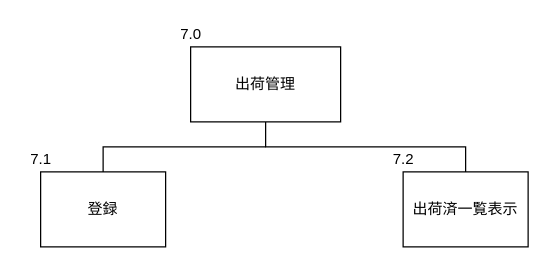
Yamanin3/system-devel keeps this draw.io diagram as 提出ドキュメント/サブシステム構造図/出荷管理.drawio. Above is the earlier version. Source tidied: cells renumbered, new cells numbered last; positions are measured from the earlier drawing's top-left corner, leaving out a move shared by most shapes. Both pictures are drawn from the tidied source at 125%, with x=0, y=0 at pixel (21, 21).
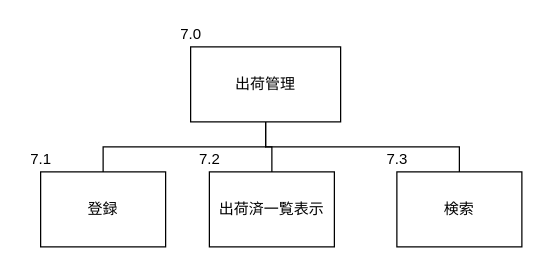
After the change.

The edit, as a diff of the source:
```diff
@@
 <mxGraphModel>
   <root>
     <mxCell id="0" />
     <mxCell id="1" parent="0" />
     <mxCell id="2" value="出荷管理" style="whiteSpace=wrap;html=1;align=center;" parent="1" vertex="1">
       <mxGeometry x="135" y="20" width="120" height="60" as="geometry" />
     </mxCell>
     <mxCell id="3" value="出荷済一覧表示" style="whiteSpace=wrap;html=1;align=center;verticalAlign=middle;" parent="1" vertex="1">
-      <mxGeometry x="305" y="120" width="100" height="60" as="geometry" />
+      <mxGeometry x="150" y="120" width="100" height="60" as="geometry" />
     </mxCell>
     <mxCell id="4" style="edgeStyle=elbowEdgeStyle;elbow=vertical;startArrow=none;endArrow=none;rounded=0;exitX=0.5;exitY=1;exitDx=0;exitDy=0;" parent="1" edge="1" source="2" target="3">
       <mxGeometry relative="1" as="geometry" />
     </mxCell>
     <mxCell id="5" value="登録" style="whiteSpace=wrap;html=1;align=center;verticalAlign=middle;" parent="1" vertex="1">
       <mxGeometry x="15" y="120" width="100" height="60" as="geometry" />
     </mxCell>
     <mxCell id="6" value="7.1" style="text;html=1;align=center;verticalAlign=middle;fillColor=none;strokeColor=none;rounded=0;" parent="5" vertex="1">
       <mxGeometry x="-15" y="-20" width="30" height="20" as="geometry" />
     </mxCell>
     <mxCell id="7" style="edgeStyle=elbowEdgeStyle;elbow=vertical;startArrow=none;endArrow=none;rounded=0;" parent="1" edge="1" target="5">
       <mxGeometry relative="1" as="geometry">
         <mxPoint x="195" y="100" as="sourcePoint" />
         <Array as="points">
           <mxPoint x="135" y="100" />
         </Array>
       </mxGeometry>
     </mxCell>
     <mxCell id="8" value="7.0" style="text;html=1;align=center;verticalAlign=middle;fillColor=none;strokeColor=none;rounded=0;" parent="1" vertex="1">
       <mxGeometry x="120" width="30" height="20" as="geometry" />
     </mxCell>
     <mxCell id="9" value="7.2" style="text;html=1;align=center;verticalAlign=middle;fillColor=none;strokeColor=none;rounded=0;" parent="1" vertex="1">
-      <mxGeometry x="290" y="100" width="30" height="20" as="geometry" />
+      <mxGeometry x="135" y="100" width="30" height="20" as="geometry" />
     </mxCell>
+    <mxCell id="10" value="検索" style="whiteSpace=wrap;html=1;align=center;verticalAlign=middle;" parent="1" vertex="1">
+      <mxGeometry x="300" y="120" width="100" height="60" as="geometry" />
+    </mxCell>
+    <mxCell id="11" value="7.3" style="text;html=1;align=center;verticalAlign=middle;fillColor=none;strokeColor=none;rounded=0;" parent="1" vertex="1">
+      <mxGeometry x="285" y="100" width="30" height="20" as="geometry" />
+    </mxCell>
+    <mxCell id="12" style="edgeStyle=elbowEdgeStyle;elbow=vertical;startArrow=none;endArrow=none;rounded=0;entryX=0.5;entryY=0;entryDx=0;entryDy=0;" parent="1" edge="1" target="10">
+      <mxGeometry relative="1" as="geometry">
+        <mxPoint x="195" y="80" as="sourcePoint" />
+      </mxGeometry>
+    </mxCell>
   </root>
 </mxGraphModel>
```
